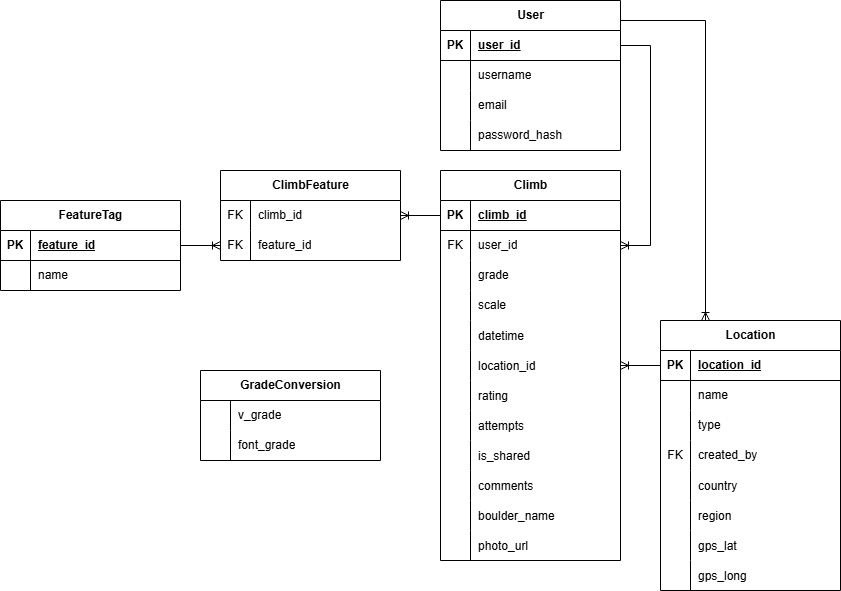
Above: media/Bouldering_App_ERD.png in Zukurai-Kushal/bouldering-tracker (draw.io), before the change. Source tidied: cells renumbered, new cells last; positions are measured from the earlier drawing's top-left corner, leaving out a move shared by most shapes.
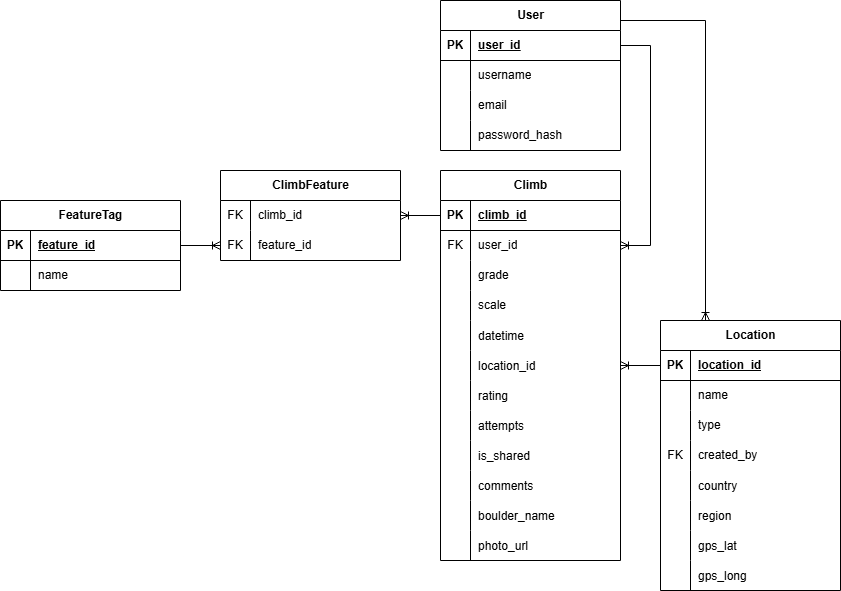
The same file after the commit.

Commit message:
Updates ERD diagram, grade conversion table deprecated

The edit, as a diff of the source:
```diff
@@ -194,27 +194,6 @@
     <mxCell id="65" value="feature_id" style="shape=partialRectangle;fillColor=none;top=0;left=0;bottom=0;right=0;align=left;spacingLeft=6;overflow=hidden;whiteSpace=wrap;html=1;" parent="63" vertex="1">
       <mxGeometry x="30" width="150" height="30" as="geometry" />
     </mxCell>
-    <mxCell id="66" value="GradeConversion" style="shape=table;startSize=30;rowLines=0;fontStyle=1;align=center;html=1;" parent="1" vertex="1">
-      <mxGeometry x="200" y="370" width="180" height="90" as="geometry" />
-    </mxCell>
-    <mxCell id="67" style="shape=tableRow;horizontal=0;startSize=0;swimlaneHead=0;swimlaneBody=0;fillColor=none;top=0;left=0;right=0;bottom=0;" parent="66" vertex="1">
-      <mxGeometry y="30" width="180" height="30" as="geometry" />
-    </mxCell>
-    <mxCell id="68" style="shape=partialRectangle;fillColor=none;top=0;left=0;bottom=0;right=0;overflow=hidden;whiteSpace=wrap;html=1;" parent="67" vertex="1">
-      <mxGeometry width="30" height="30" as="geometry" />
-    </mxCell>
-    <mxCell id="69" value="v_grade" style="shape=partialRectangle;fillColor=none;top=0;left=0;bottom=0;right=0;align=left;spacingLeft=6;overflow=hidden;whiteSpace=wrap;html=1;" parent="67" vertex="1">
-      <mxGeometry x="30" width="150" height="30" as="geometry" />
-    </mxCell>
-    <mxCell id="70" style="shape=tableRow;horizontal=0;startSize=0;swimlaneHead=0;swimlaneBody=0;fillColor=none;top=0;left=0;right=0;bottom=0;" parent="66" vertex="1">
-      <mxGeometry y="60" width="180" height="30" as="geometry" />
-    </mxCell>
-    <mxCell id="71" style="shape=partialRectangle;fillColor=none;top=0;left=0;bottom=0;right=0;overflow=hidden;whiteSpace=wrap;html=1;" parent="70" vertex="1">
-      <mxGeometry width="30" height="30" as="geometry" />
-    </mxCell>
-    <mxCell id="72" value="font_grade" style="shape=partialRectangle;fillColor=none;top=0;left=0;bottom=0;right=0;align=left;spacingLeft=6;overflow=hidden;whiteSpace=wrap;html=1;" parent="70" vertex="1">
-      <mxGeometry x="30" width="150" height="30" as="geometry" />
-    </mxCell>
     <mxCell id="73" value="Location" style="shape=table;startSize=30;rowLines=0;fontStyle=1;align=center;html=1;" parent="1" vertex="1">
       <mxGeometry x="660" y="320" width="180" height="270" as="geometry" />
     </mxCell>
```
